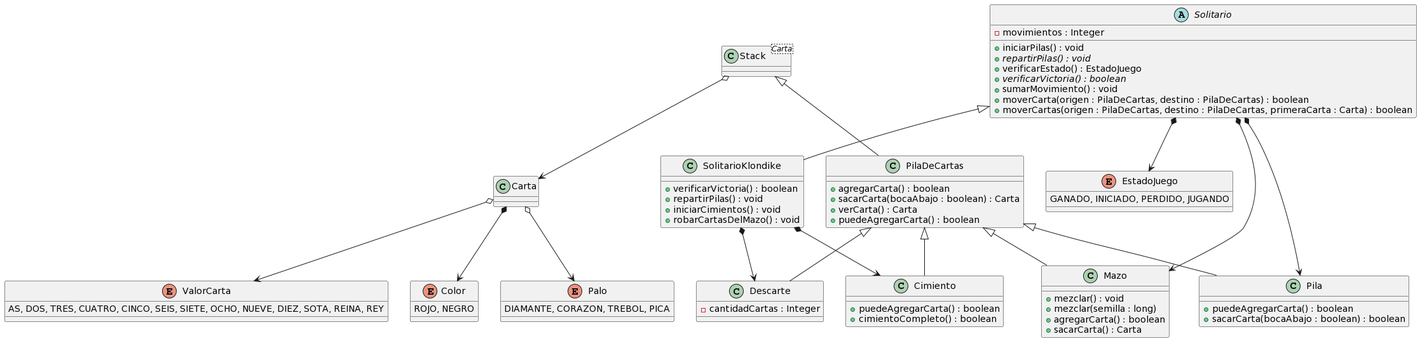
The PlantUML diagram doc/Diagrama de clases.png in PabloPei/Solitario-Klondike-Freecell, before a commit.
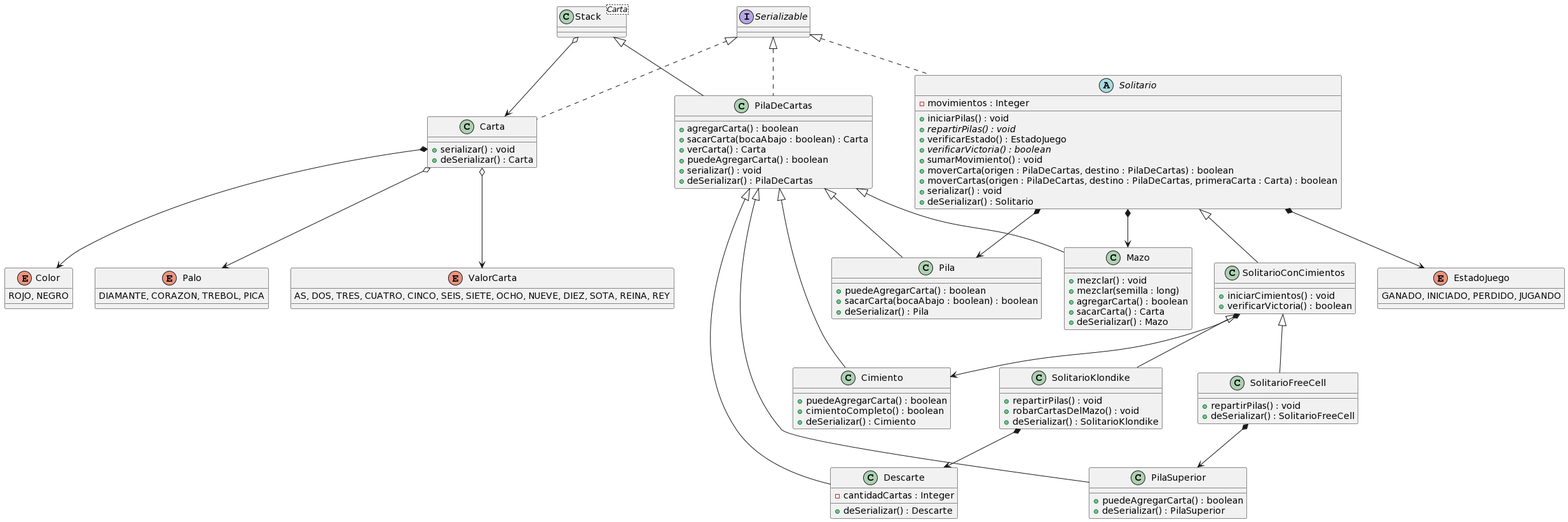
Later version of the same file.

Commit message:
Actualizacion de UML

What changed in the source:
```diff
@@ -1,11 +1,16 @@
 @startuml
 class Stack<Carta>{}
-class Carta{}
+class Carta{
+  +serializar() : void
+  +deSerializar() : Carta
+}
 class PilaDeCartas{
   +agregarCarta() : boolean
   +sacarCarta(bocaAbajo : boolean) : Carta
   +verCarta() : Carta
   +puedeAgregarCarta() : boolean
+  +serializar() : void
+  +deSerializar() : PilaDeCartas
 }
 enum Color{
   ROJO, NEGRO
@@ -30,15 +35,29 @@
   +sumarMovimiento() : void
   +moverCarta(origen : PilaDeCartas, destino : PilaDeCartas) : boolean
   +moverCartas(origen : PilaDeCartas, destino : PilaDeCartas, primeraCarta : Carta) : boolean
+  +serializar() : void
+  +deSerializar() : Solitario
+}
+
+class SolitarioConCimientos{
+  +iniciarCimientos() : void
+  +verificarVictoria() : boolean
+}
+
+class SolitarioFreeCell{
+  +repartirPilas() : void
+  +deSerializar() : SolitarioFreeCell
 }
 
 class Cimiento{
   +puedeAgregarCarta() : boolean
   +cimientoCompleto() : boolean
+  +deSerializar() : Cimiento
 }
 
 class Descarte{
   - cantidadCartas : Integer
+  +deSerializar() : Descarte
 }
 
 class Mazo{
@@ -46,35 +65,49 @@
   +mezclar(semilla : long)
   +agregarCarta() : boolean
   +sacarCarta() : Carta
+  +deSerializar() : Mazo
 }
 
 class Pila{
   +puedeAgregarCarta() : boolean
   +sacarCarta(bocaAbajo : boolean) : boolean
+  +deSerializar() : Pila
 }
 
 
 class SolitarioKlondike{
-  +verificarVictoria() : boolean
   +repartirPilas() : void
-  +iniciarCimientos() : void
   +robarCartasDelMazo() : void
+  +deSerializar() : SolitarioKlondike
 }
 
+class PilaSuperior{
+  +puedeAgregarCarta() : boolean
+  +deSerializar() : PilaSuperior
+}
 
+interface Serializable {}
+
+Serializable <|.. PilaDeCartas
+Serializable <|.. Solitario
+Serializable <|.. Carta
 Stack o--> Carta
 Stack <|-- PilaDeCartas
 PilaDeCartas <|-- Mazo
 PilaDeCartas <|-- Pila
 PilaDeCartas <|-- Cimiento
 PilaDeCartas <|-- Descarte
-Solitario <|-- SolitarioKlondike
+PilaDeCartas <|-- PilaSuperior
 Carta o--> Palo
 Carta *--> Color
 Carta o--> ValorCarta
 Solitario *--> Mazo
 Solitario *--> Pila
 Solitario *--> EstadoJuego
-SolitarioKlondike *--> Cimiento
+SolitarioConCimientos *--> Cimiento
+Solitario <|-- SolitarioConCimientos
+SolitarioConCimientos <|-- SolitarioKlondike
+SolitarioConCimientos <|-- SolitarioFreeCell
 SolitarioKlondike *--> Descarte
+SolitarioFreeCell *--> PilaSuperior
 @enduml
```
